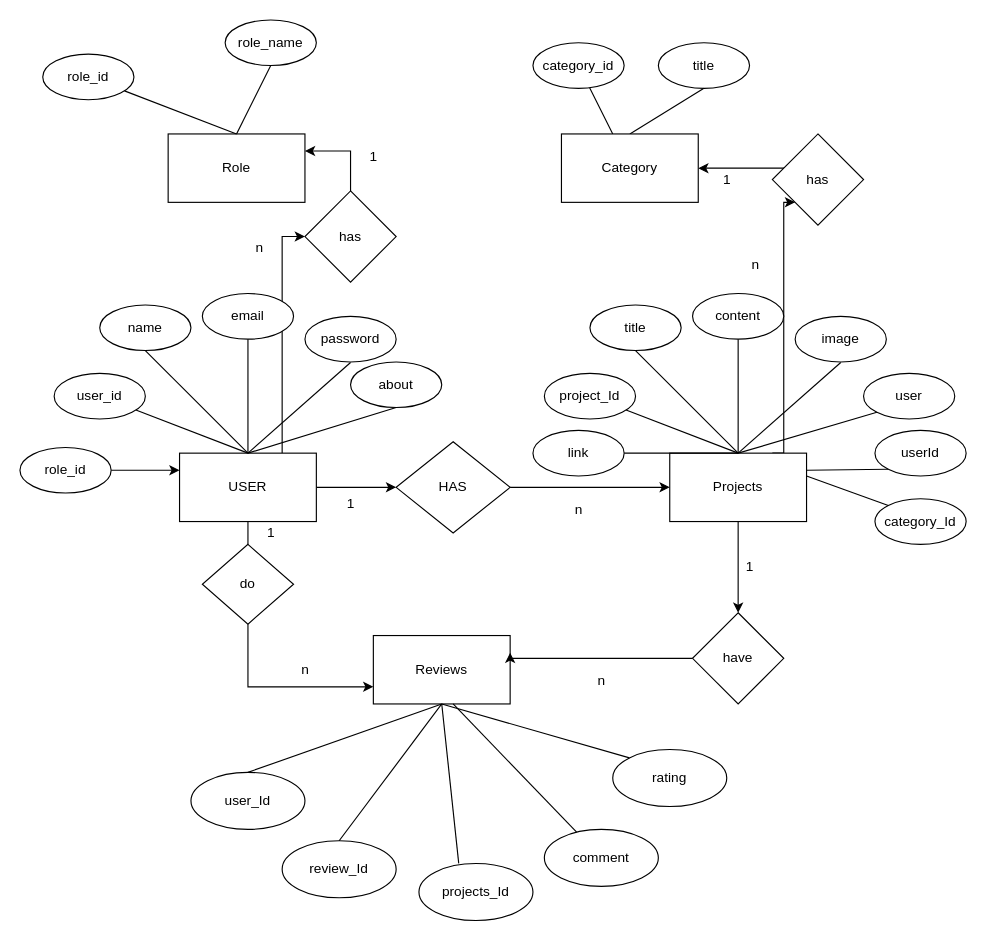
Before: docs/portfolio-app-DB-diagram.drawio in shaikh-shahzade/portfolio-app, a draw.io diagram. Source tidied: cells renumbered, new cells numbered last; positions are measured from the earlier drawing's top-left corner, leaving out a move shared by most shapes. Both pictures are drawn from the tidied source at 114%, with x=0, y=0 at pixel (19, 19).
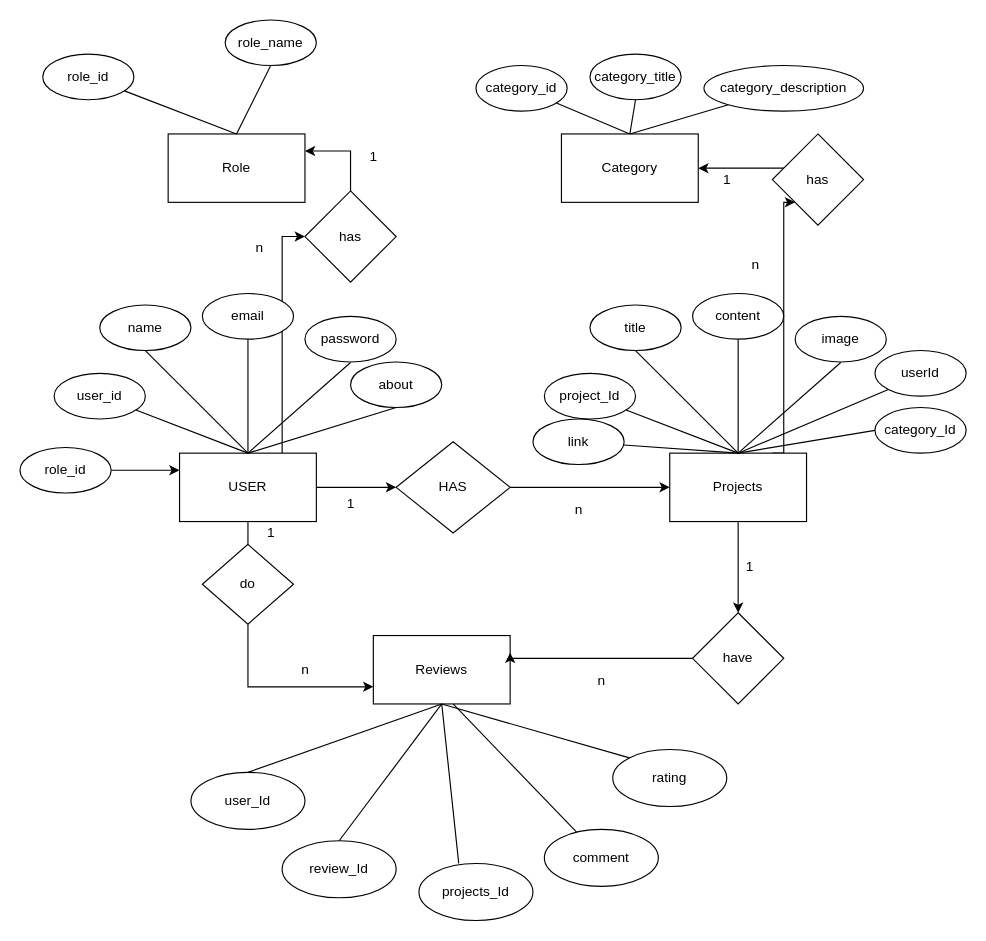
The same diagram, later.

The change refers to these unchanged cells:
```xml
<mxCell id="18" value="Projects" style="rounded=0;whiteSpace=wrap;html=1;" parent="1" vertex="1">
  <mxGeometry x="570" y="380" width="120" height="60" as="geometry" />
</mxCell>
<mxCell id="76" value="Category" style="rounded=0;whiteSpace=wrap;html=1;" parent="1" vertex="1">
  <mxGeometry x="475" y="100" width="120" height="60" as="geometry" />
</mxCell>
```

Change to the diagram source:
```diff
@@
-    <mxCell id="23" value="user" style="ellipse;whiteSpace=wrap;html=1;" parent="1" vertex="1">
-      <mxGeometry x="740" y="310" width="80" height="40" as="geometry" />
-    </mxCell>
-    <mxCell id="24" style="endArrow=none;html=1;rounded=0;exitX=0.5;exitY=0;exitDx=0;exitDy=0;entryX=0;entryY=1;entryDx=0;entryDy=0;" parent="1" edge="1" source="18" target="23">
-      <mxGeometry relative="1" as="geometry" />
-    </mxCell>
@@
     <mxCell id="29" value="userId" style="ellipse;whiteSpace=wrap;html=1;" parent="1" vertex="1">
-      <mxGeometry x="750" y="360" width="80" height="40" as="geometry" />
+      <mxGeometry x="750" y="290" width="80" height="40" as="geometry" />
     </mxCell>
     <mxCell id="30" value="category_Id" style="ellipse;whiteSpace=wrap;html=1;" parent="1" vertex="1">
-      <mxGeometry x="750" y="420" width="80" height="40" as="geometry" />
+      <mxGeometry x="750" y="340" width="80" height="40" as="geometry" />
     </mxCell>
-    <mxCell id="31" style="endArrow=none;html=1;rounded=0;entryX=0;entryY=0;entryDx=0;entryDy=0;" parent="1" edge="1" target="30">
-      <mxGeometry relative="1" as="geometry">
-        <mxPoint x="690" y="400" as="sourcePoint" />
-      </mxGeometry>
+    <mxCell id="31" style="endArrow=none;html=1;rounded=0;entryX=0;entryY=0.5;entryDx=0;entryDy=0;exitX=0.5;exitY=0;exitDx=0;exitDy=0;" parent="1" edge="1" source="18" target="30">
+      <mxGeometry relative="1" as="geometry" />
     </mxCell>
-    <mxCell id="32" style="endArrow=none;html=1;rounded=0;entryX=0;entryY=1;entryDx=0;entryDy=0;exitX=1;exitY=0.25;exitDx=0;exitDy=0;" parent="1" edge="1" source="18" target="29">
+    <mxCell id="32" style="endArrow=none;html=1;rounded=0;entryX=0;entryY=1;entryDx=0;entryDy=0;exitX=0.5;exitY=0;exitDx=0;exitDy=0;" parent="1" edge="1" source="18" target="29">
       <mxGeometry relative="1" as="geometry" />
     </mxCell>
@@
     <mxCell id="34" value="link" style="ellipse;whiteSpace=wrap;html=1;" parent="1" vertex="1">
-      <mxGeometry x="450" y="360" width="80" height="40" as="geometry" />
+      <mxGeometry x="450" y="350" width="80" height="40" as="geometry" />
     </mxCell>
@@
-    <mxCell id="40" value="title" style="ellipse;whiteSpace=wrap;html=1;" parent="1" vertex="1">
-      <mxGeometry x="560" y="20" width="80" height="40" as="geometry" />
+    <mxCell id="40" value="category_title" style="ellipse;whiteSpace=wrap;html=1;" parent="1" vertex="1">
+      <mxGeometry x="500" y="30" width="80" height="40" as="geometry" />
     </mxCell>
     <mxCell id="41" value="category_id" style="ellipse;whiteSpace=wrap;html=1;" parent="1" vertex="1">
-      <mxGeometry x="450" y="20" width="80" height="40" as="geometry" />
+      <mxGeometry x="400" y="40" width="80" height="40" as="geometry" />
     </mxCell>
-    <mxCell id="42" style="endArrow=none;html=1;rounded=0;" parent="1" edge="1" source="76" target="41">
+    <mxCell id="42" style="endArrow=none;html=1;rounded=0;exitX=0.5;exitY=0;exitDx=0;exitDy=0;" parent="1" edge="1" source="76" target="41">
       <mxGeometry relative="1" as="geometry" />
     </mxCell>
@@
+    <mxCell id="78" value="category_description" style="ellipse;whiteSpace=wrap;html=1;" parent="1" vertex="1">
+      <mxGeometry x="600" y="40" width="140" height="40" as="geometry" />
+    </mxCell>
+    <mxCell id="79" style="endArrow=none;html=1;rounded=0;exitX=0.5;exitY=0;exitDx=0;exitDy=0;" parent="1" edge="1" source="76" target="78">
+      <mxGeometry relative="1" as="geometry" />
+    </mxCell>
```
